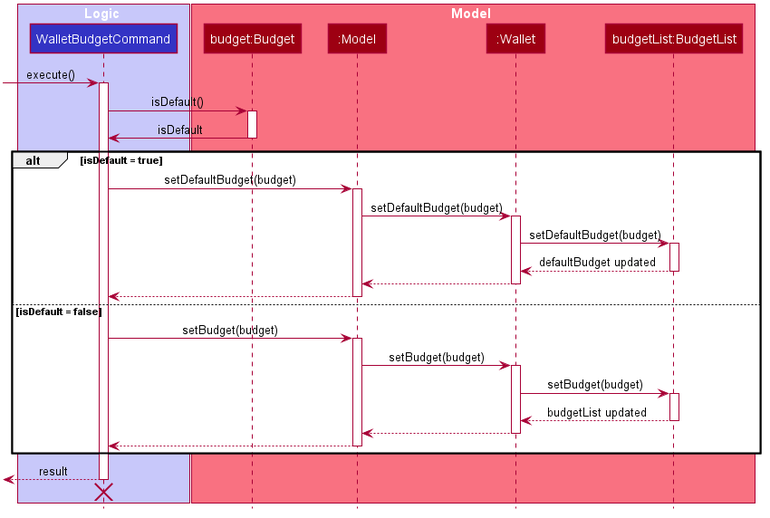
Before: docs/images/WalletBudgetSequenceDiagram.png, a diagram exported from PlantUML (syinyichen/main). Source of this version:
```plantuml
@startuml








skinparam BackgroundColor #FFFFFFF

skinparam Shadowing false

skinparam Class {
    FontColor #FFFFFF
    BorderThickness 1
    BorderColor #FFFFFF
    StereotypeFontColor #FFFFFF
    FontName Arial
}

skinparam Actor {
    BorderColor #000000
    Color #000000
    FontName Arial
}

skinparam Sequence {
    MessageAlign center
    BoxFontSize 15
    BoxPadding 0
    BoxFontColor #FFFFFF
    FontName Arial
}

skinparam Participant {
    FontColor #FFFFFFF
    Padding 20
}

skinparam MinClassWidth 50
skinparam ParticipantPadding 10
skinparam Shadowing false
skinparam DefaultTextAlignment center
skinparam packageStyle Rectangle

hide footbox
hide members
hide circle

box Logic #C8C8FA
participant "WalletBudgetCommand" as WalletBudgetCommand #3333C4
end box

box Model #F97181
participant "budget:Budget" as givenBudget #9D0012
participant ":Model" as Model #9D0012
participant ":Wallet" as Wallet #9D0012
participant "budgetList:BudgetList" as budgetList #9D0012
end box

[-> WalletBudgetCommand: execute()
activate WalletBudgetCommand

WalletBudgetCommand -> givenBudget: isDefault()
activate givenBudget
givenBudget -> WalletBudgetCommand: isDefault
deactivate givenBudget
    alt isDefault = true
       WalletBudgetCommand -> Model: setDefaultBudget(budget)
       activate Model

       Model -> Wallet: setDefaultBudget(budget)
       activate Wallet

       Wallet -> budgetList: setDefaultBudget(budget)
       activate budgetList

       budgetList --> Wallet: defaultBudget updated
       deactivate budgetList

       Wallet --> Model
       deactivate Wallet

       Model --> WalletBudgetCommand
       deactivate Model

    else isDefault = false
        WalletBudgetCommand -> Model: setBudget(budget)
        activate Model

        Model -> Wallet: setBudget(budget)
        activate Wallet

        Wallet -> budgetList: setBudget(budget)
        activate budgetList

        budgetList --> Wallet: budgetList updated
        deactivate budgetList

        Wallet --> Model
        deactivate Wallet

        Model --> WalletBudgetCommand
        deactivate Model

    end

[<--WalletBudgetCommand : result
deactivate WalletBudgetCommand

[<-[hidden]-WalletBudgetCommand
destroy WalletBudgetCommand

@enduml
```
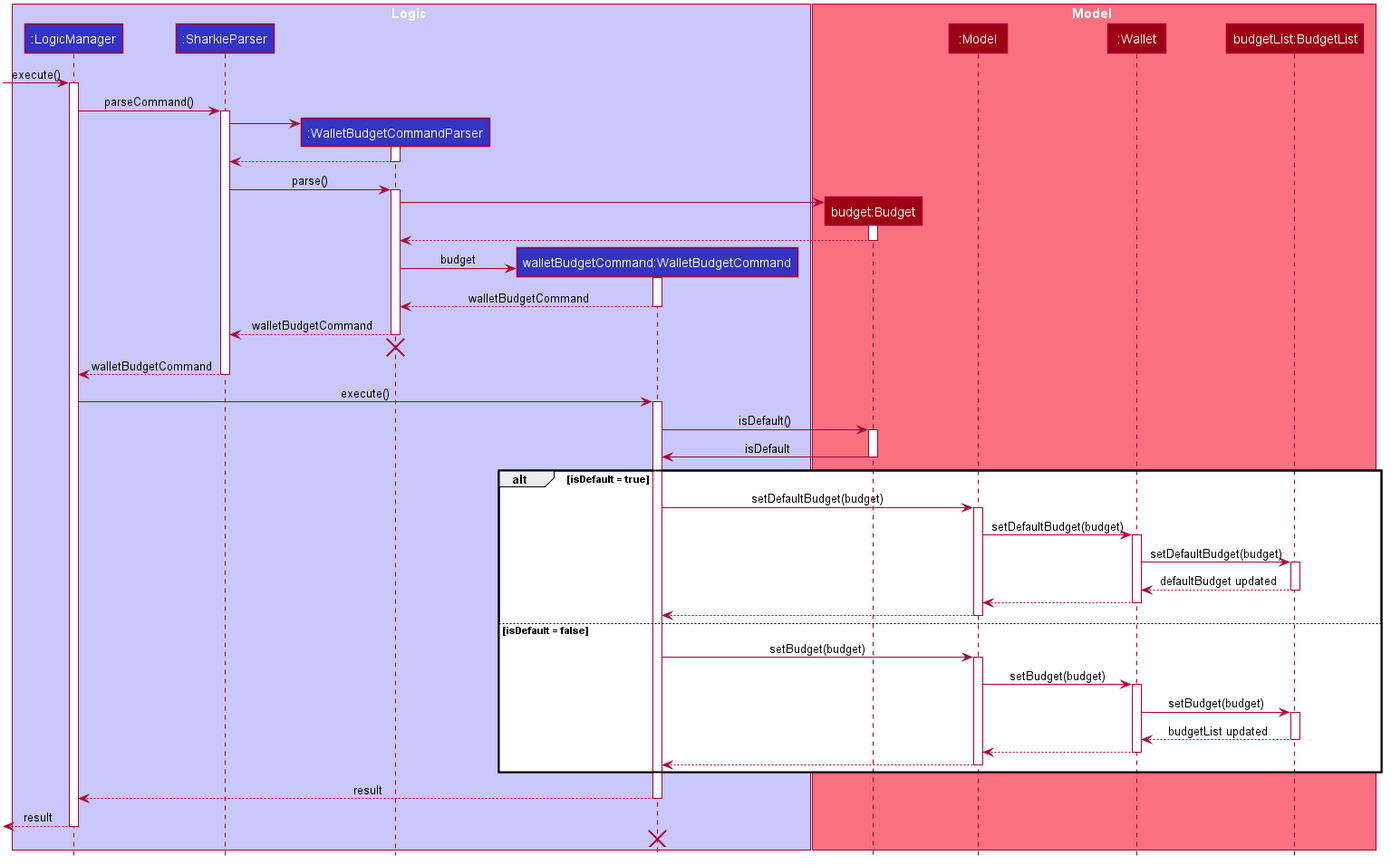
Above is the later version.

Commit message:
Updated WalletBudgetCommand implementation

Diff of the diagram source:
```diff
@@ -17,6 +17,8 @@
     BorderColor #FFFFFF
     StereotypeFontColor #FFFFFF
     FontName Arial
+    AttributeFontColor #FFFFFF
+    AttributeFontName Arial
 }
 
 skinparam Actor {
@@ -49,23 +51,66 @@
 hide circle
 
 box Logic #C8C8FA
-participant "WalletBudgetCommand" as WalletBudgetCommand #3333C4
+participant ":LogicManager" as Logic #3333C4
+participant ":SharkieParser" as SharkieParser #3333C4
+participant ":WalletBudgetCommandParser" as WalletBudgetCommandParser #3333C4
+participant "walletBudgetCommand:WalletBudgetCommand" as WalletBudgetCommand #3333C4
 end box
 
 box Model #F97181
-participant "budget:Budget" as givenBudget #9D0012
+participant "budget:Budget" as Budget #9D0012
 participant ":Model" as Model #9D0012
 participant ":Wallet" as Wallet #9D0012
 participant "budgetList:BudgetList" as budgetList #9D0012
 end box
 
-[-> WalletBudgetCommand: execute()
+[-> Logic : execute()
+activate Logic
+
+Logic -> SharkieParser : parseCommand()
+activate SharkieParser
+
+create WalletBudgetCommandParser
+SharkieParser -> WalletBudgetCommandParser
+activate WalletBudgetCommandParser
+
+WalletBudgetCommandParser --> SharkieParser
+deactivate WalletBudgetCommandParser
+
+SharkieParser -> WalletBudgetCommandParser : parse()
+activate WalletBudgetCommandParser
+
+create Budget
+WalletBudgetCommandParser -> Budget
+activate Budget
+
+Budget --> WalletBudgetCommandParser
+deactivate Budget
+
+create WalletBudgetCommand
+WalletBudgetCommandParser -> WalletBudgetCommand : budget
 activate WalletBudgetCommand
 
-WalletBudgetCommand -> givenBudget: isDefault()
-activate givenBudget
-givenBudget -> WalletBudgetCommand: isDefault
-deactivate givenBudget
+WalletBudgetCommand --> WalletBudgetCommandParser : walletBudgetCommand
+deactivate WalletBudgetCommand
+
+WalletBudgetCommandParser --> SharkieParser : walletBudgetCommand
+deactivate WalletBudgetCommandParser
+WalletBudgetCommandParser -[hidden]-> SharkieParser
+destroy WalletBudgetCommandParser
+
+SharkieParser --> Logic : walletBudgetCommand
+deactivate SharkieParser
+
+
+Logic -> WalletBudgetCommand: execute()
+activate WalletBudgetCommand
+
+WalletBudgetCommand -> Budget: isDefault()
+activate Budget
+Budget -> WalletBudgetCommand: isDefault
+deactivate Budget
+
     alt isDefault = true
        WalletBudgetCommand -> Model: setDefaultBudget(budget)
        activate Model
@@ -106,8 +151,11 @@
 
     end
 
-[<--WalletBudgetCommand : result
+Logic <--WalletBudgetCommand : result
 deactivate WalletBudgetCommand
+
+[<-- Logic : result
+deactivate Logic
 
 [<-[hidden]-WalletBudgetCommand
 destroy WalletBudgetCommand
```
